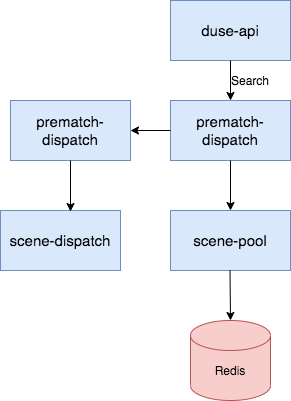
Earlier version of the draw.io export Untitled Diagram.png (NIGHTFIGHTING/wiser). Source tidied: cells renumbered, new cells last; positions are measured from the earlier drawing's top-left corner, leaving out a move shared by most shapes.
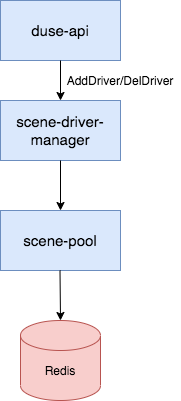
The same diagram one commit later.

Change to the diagram source:
```diff
@@ -2,15 +2,6 @@
   <root>
     <mxCell id="0" />
     <mxCell id="1" parent="0" />
-    <mxCell id="2" value="&lt;font style=&quot;font-size: 15px&quot;&gt;prematch-dispatch&lt;/font&gt;" style="rounded=0;whiteSpace=wrap;html=1;strokeColor=#6c8ebf;strokeWidth=1;fillColor=#dae8fc;" parent="1" vertex="1">
-      <mxGeometry x="10" y="100" width="120" height="60" as="geometry" />
-    </mxCell>
-    <mxCell id="3" value="&lt;font style=&quot;font-size: 15px&quot;&gt;scene-dispatch&lt;/font&gt;" style="rounded=0;whiteSpace=wrap;html=1;strokeColor=#6c8ebf;strokeWidth=1;fillColor=#dae8fc;" parent="1" vertex="1">
-      <mxGeometry y="210" width="120" height="60" as="geometry" />
-    </mxCell>
-    <mxCell id="4" style="edgeStyle=elbowEdgeStyle;elbow=horizontal;endArrow=classic;html=1;entryX=0.583;entryY=0.017;entryDx=0;entryDy=0;exitX=0.5;exitY=1;exitDx=0;exitDy=0;entryPerimeter=0;" parent="1" edge="1" source="2" target="3">
-      <mxGeometry relative="1" as="geometry" />
-    </mxCell>
     <mxCell id="5" value="&lt;font style=&quot;font-size: 15px&quot;&gt;duse-api&lt;/font&gt;" style="rounded=0;whiteSpace=wrap;html=1;strokeColor=#6c8ebf;strokeWidth=1;fillColor=#dae8fc;" parent="1" vertex="1">
       <mxGeometry x="170" width="120" height="60" as="geometry" />
     </mxCell>
@@ -20,12 +11,9 @@
     <mxCell id="7" value="&lt;font style=&quot;font-size: 15px&quot;&gt;scene-pool&lt;/font&gt;" style="rounded=0;whiteSpace=wrap;html=1;strokeColor=#6c8ebf;strokeWidth=1;fillColor=#dae8fc;" parent="1" vertex="1">
       <mxGeometry x="170" y="210" width="120" height="60" as="geometry" />
     </mxCell>
-    <mxCell id="8" value="&lt;font style=&quot;font-size: 15px&quot;&gt;prematch-dispatch&lt;/font&gt;" style="rounded=0;whiteSpace=wrap;html=1;strokeColor=#6c8ebf;strokeWidth=1;fillColor=#dae8fc;" parent="1" vertex="1">
+    <mxCell id="8" value="&lt;font style=&quot;font-size: 15px&quot;&gt;scene-driver-manager&lt;/font&gt;" style="rounded=0;whiteSpace=wrap;html=1;strokeColor=#6c8ebf;strokeWidth=1;fillColor=#dae8fc;" parent="1" vertex="1">
       <mxGeometry x="170" y="100" width="120" height="60" as="geometry" />
     </mxCell>
-    <mxCell id="9" style="endArrow=classic;html=1;entryX=1;entryY=0.5;entryDx=0;entryDy=0;" parent="1" edge="1" source="8" target="2">
-      <mxGeometry relative="1" as="geometry" />
-    </mxCell>
     <mxCell id="10" style="endArrow=classic;html=1;exitX=0.5;exitY=1;exitDx=0;exitDy=0;entryX=0.5;entryY=0;entryDx=0;entryDy=0;" parent="1" edge="1" source="8" target="7">
       <mxGeometry relative="1" as="geometry" />
     </mxCell>
@@ -40,8 +28,8 @@
         <mxPoint x="229.5" y="270" as="sourcePoint" />
       </mxGeometry>
     </mxCell>
-    <mxCell id="14" value="Search" style="text;html=1;strokeColor=none;fillColor=none;align=center;verticalAlign=middle;whiteSpace=wrap;rounded=0;" parent="1" vertex="1">
-      <mxGeometry x="230" y="70" width="40" height="20" as="geometry" />
+    <mxCell id="14" value="AddDriver/DelDriver" style="text;html=1;strokeColor=none;fillColor=none;align=center;verticalAlign=middle;whiteSpace=wrap;rounded=0;" parent="1" vertex="1">
+      <mxGeometry x="230" y="70" width="120" height="20" as="geometry" />
     </mxCell>
   </root>
 </mxGraphModel>
```
